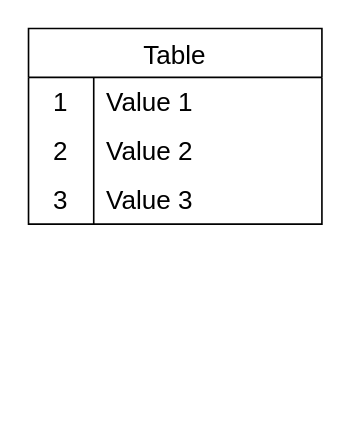
CaoKienHuu2004/tayninhquan keeps this draw.io diagram as tayninhquan.drawio. Above is the earlier version. Source tidied: cells renumbered, new cells numbered last; positions are measured from the earlier drawing's top-left corner, leaving out a move shared by most shapes. Both pictures are drawn from the tidied source at 163%, with x=0, y=0 at pixel (28, 28).
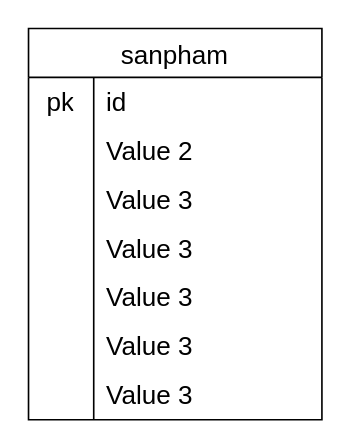
The same page after the edit.

Commit message (it also covers changes not shown here):
Cập nhật tayninhquan.drawio

Unchanged cells that the change refers to:
```xml
<mxCell id="3" style="shape=tableRow;horizontal=0;startSize=0;swimlaneHead=0;swimlaneBody=0;top=0;left=0;bottom=0;right=0;fillColor=none;strokeColor=inherit;fontSize=16;" parent="2" vertex="1">
  <mxGeometry y="30" width="180" height="30" as="geometry" />
</mxCell>
<mxCell id="6" style="shape=tableRow;horizontal=0;startSize=0;swimlaneHead=0;swimlaneBody=0;top=0;left=0;bottom=0;right=0;fillColor=none;strokeColor=inherit;fontSize=16;" parent="2" vertex="1">
  <mxGeometry y="60" width="180" height="30" as="geometry" />
</mxCell>
<mxCell id="9" style="shape=tableRow;horizontal=0;startSize=0;swimlaneHead=0;swimlaneBody=0;top=0;left=0;bottom=0;right=0;fillColor=none;strokeColor=inherit;fontSize=16;" parent="2" vertex="1">
  <mxGeometry y="90" width="180" height="30" as="geometry" />
</mxCell>
```

Change to the diagram source:
```diff
@@
-    <mxCell id="2" value="Table" style="shape=table;startSize=30;childLayout=tableLayout;rowLines=0;fontStyle=0;strokeColor=default;fontSize=16;" parent="1" vertex="1">
-      <mxGeometry width="180" height="120" as="geometry" />
+    <mxCell id="2" value="sanpham" style="shape=table;startSize=30;childLayout=tableLayout;rowLines=0;fontStyle=0;strokeColor=default;fontSize=16;" parent="1" vertex="1">
+      <mxGeometry width="180" height="240" as="geometry" />
     </mxCell>
@@
-    <mxCell id="4" value="1" style="shape=partialRectangle;html=1;whiteSpace=wrap;fillColor=none;top=0;left=0;bottom=0;right=0;overflow=hidden;strokeColor=inherit;fontSize=16;" parent="3" vertex="1">
+    <mxCell id="4" value="pk" style="shape=partialRectangle;html=1;whiteSpace=wrap;fillColor=none;top=0;left=0;bottom=0;right=0;overflow=hidden;strokeColor=inherit;fontSize=16;" parent="3" vertex="1">
       <mxGeometry width="40" height="30" as="geometry" />
     </mxCell>
-    <mxCell id="5" value="Value 1" style="shape=partialRectangle;html=1;whiteSpace=wrap;fillColor=none;top=0;left=0;bottom=0;right=0;align=left;spacingLeft=6;overflow=hidden;strokeColor=inherit;fontSize=16;" parent="3" vertex="1">
+    <mxCell id="5" value="id" style="shape=partialRectangle;html=1;whiteSpace=wrap;fillColor=none;top=0;left=0;bottom=0;right=0;align=left;spacingLeft=6;overflow=hidden;strokeColor=inherit;fontSize=16;" parent="3" vertex="1">
       <mxGeometry x="40" width="140" height="30" as="geometry" />
     </mxCell>
@@
-    <mxCell id="7" value="2" style="shape=partialRectangle;html=1;whiteSpace=wrap;fillColor=none;top=0;left=0;bottom=0;right=0;overflow=hidden;strokeColor=inherit;fontSize=16;" parent="6" vertex="1">
+    <mxCell id="7" style="shape=partialRectangle;html=1;whiteSpace=wrap;fillColor=none;top=0;left=0;bottom=0;right=0;overflow=hidden;strokeColor=inherit;fontSize=16;" parent="6" vertex="1">
       <mxGeometry width="40" height="30" as="geometry" />
     </mxCell>
@@
-    <mxCell id="10" value="3" style="shape=partialRectangle;html=1;whiteSpace=wrap;fillColor=none;top=0;left=0;bottom=0;right=0;overflow=hidden;strokeColor=inherit;fontSize=16;" parent="9" vertex="1">
+    <mxCell id="10" style="shape=partialRectangle;html=1;whiteSpace=wrap;fillColor=none;top=0;left=0;bottom=0;right=0;overflow=hidden;strokeColor=inherit;fontSize=16;" parent="9" vertex="1">
       <mxGeometry width="40" height="30" as="geometry" />
     </mxCell>
@@
+    <mxCell id="12" style="shape=tableRow;horizontal=0;startSize=0;swimlaneHead=0;swimlaneBody=0;top=0;left=0;bottom=0;right=0;fillColor=none;strokeColor=inherit;fontSize=16;" parent="2" vertex="1">
+      <mxGeometry y="120" width="180" height="30" as="geometry" />
+    </mxCell>
+    <mxCell id="13" style="shape=partialRectangle;html=1;whiteSpace=wrap;fillColor=none;top=0;left=0;bottom=0;right=0;overflow=hidden;strokeColor=inherit;fontSize=16;" parent="12" vertex="1">
+      <mxGeometry width="40" height="30" as="geometry" />
+    </mxCell>
+    <mxCell id="14" value="Value 3" style="shape=partialRectangle;html=1;whiteSpace=wrap;fillColor=none;top=0;left=0;bottom=0;right=0;align=left;spacingLeft=6;overflow=hidden;strokeColor=inherit;fontSize=16;" parent="12" vertex="1">
+      <mxGeometry x="40" width="140" height="30" as="geometry" />
+    </mxCell>
+    <mxCell id="15" style="shape=tableRow;horizontal=0;startSize=0;swimlaneHead=0;swimlaneBody=0;top=0;left=0;bottom=0;right=0;fillColor=none;strokeColor=inherit;fontSize=16;" parent="2" vertex="1">
+      <mxGeometry y="150" width="180" height="30" as="geometry" />
+    </mxCell>
+    <mxCell id="16" style="shape=partialRectangle;html=1;whiteSpace=wrap;fillColor=none;top=0;left=0;bottom=0;right=0;overflow=hidden;strokeColor=inherit;fontSize=16;" parent="15" vertex="1">
+      <mxGeometry width="40" height="30" as="geometry" />
+    </mxCell>
+    <mxCell id="17" value="Value 3" style="shape=partialRectangle;html=1;whiteSpace=wrap;fillColor=none;top=0;left=0;bottom=0;right=0;align=left;spacingLeft=6;overflow=hidden;strokeColor=inherit;fontSize=16;" parent="15" vertex="1">
+      <mxGeometry x="40" width="140" height="30" as="geometry" />
+    </mxCell>
+    <mxCell id="18" style="shape=tableRow;horizontal=0;startSize=0;swimlaneHead=0;swimlaneBody=0;top=0;left=0;bottom=0;right=0;fillColor=none;strokeColor=inherit;fontSize=16;" parent="2" vertex="1">
+      <mxGeometry y="180" width="180" height="30" as="geometry" />
+    </mxCell>
+    <mxCell id="19" style="shape=partialRectangle;html=1;whiteSpace=wrap;fillColor=none;top=0;left=0;bottom=0;right=0;overflow=hidden;strokeColor=inherit;fontSize=16;" parent="18" vertex="1">
+      <mxGeometry width="40" height="30" as="geometry" />
+    </mxCell>
+    <mxCell id="20" value="Value 3" style="shape=partialRectangle;html=1;whiteSpace=wrap;fillColor=none;top=0;left=0;bottom=0;right=0;align=left;spacingLeft=6;overflow=hidden;strokeColor=inherit;fontSize=16;" parent="18" vertex="1">
+      <mxGeometry x="40" width="140" height="30" as="geometry" />
+    </mxCell>
+    <mxCell id="21" style="shape=tableRow;horizontal=0;startSize=0;swimlaneHead=0;swimlaneBody=0;top=0;left=0;bottom=0;right=0;fillColor=none;strokeColor=inherit;fontSize=16;" parent="2" vertex="1">
+      <mxGeometry y="210" width="180" height="30" as="geometry" />
+    </mxCell>
+    <mxCell id="22" style="shape=partialRectangle;html=1;whiteSpace=wrap;fillColor=none;top=0;left=0;bottom=0;right=0;overflow=hidden;strokeColor=inherit;fontSize=16;" parent="21" vertex="1">
+      <mxGeometry width="40" height="30" as="geometry" />
+    </mxCell>
+    <mxCell id="23" value="Value 3" style="shape=partialRectangle;html=1;whiteSpace=wrap;fillColor=none;top=0;left=0;bottom=0;right=0;align=left;spacingLeft=6;overflow=hidden;strokeColor=inherit;fontSize=16;" parent="21" vertex="1">
+      <mxGeometry x="40" width="140" height="30" as="geometry" />
+    </mxCell>
```
